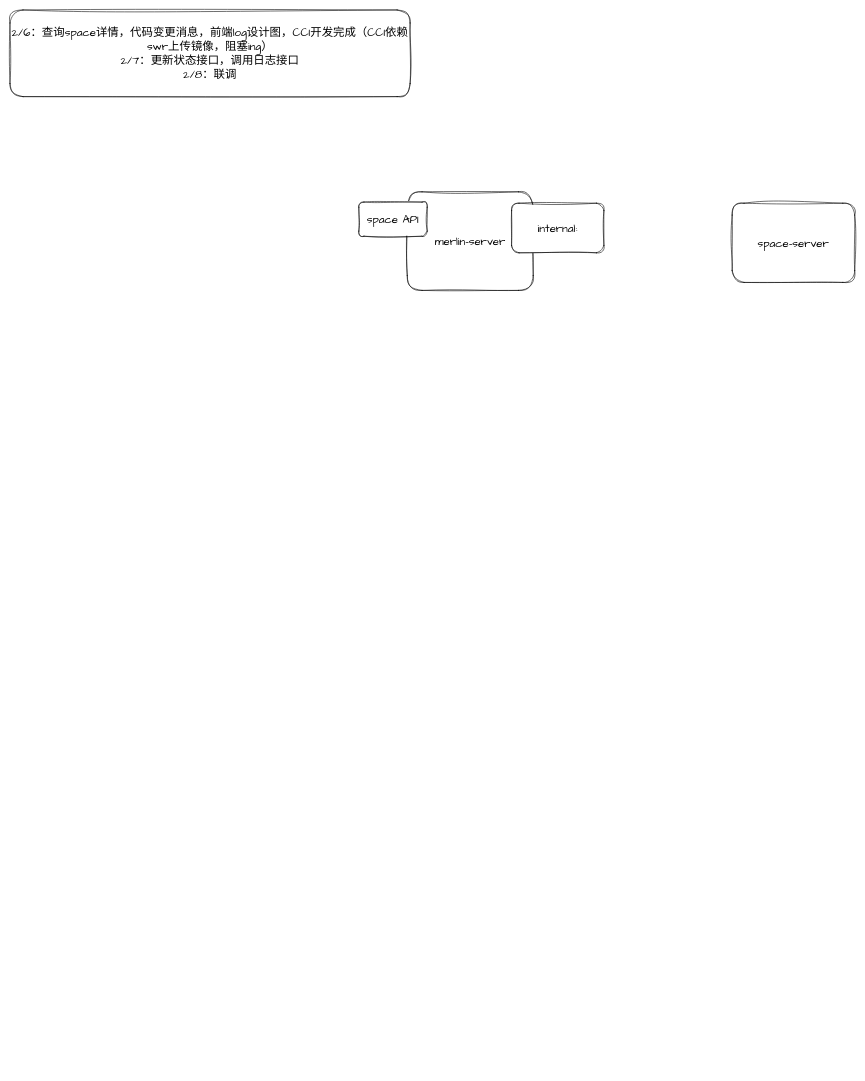
pkking/mydrawio keeps this draw.io diagram as space.drawio. Above is the earlier version. Source tidied: cells renumbered, new cells numbered last; positions are measured from the earlier drawing's top-left corner, leaving out a move shared by most shapes. Both pictures are drawn from the tidied source at 57%, with x=0, y=0 at pixel (10, 10).
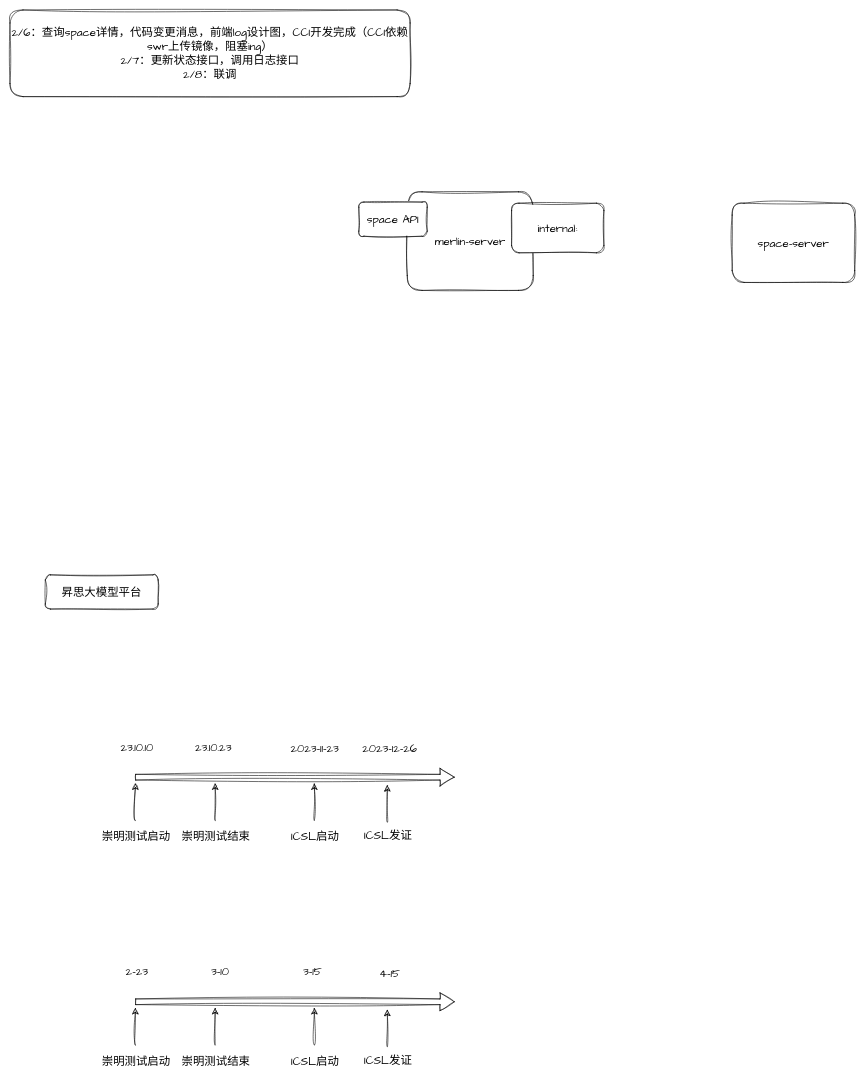
After the change.

Change to the diagram source:
```diff
@@
+    <mxCell id="7" style="shape=flexArrow;endArrow=classic;html=1;rounded=0;sketch=1;hachureGap=4;jiggle=2;curveFitting=1;fontFamily=Architects Daughter;fontSize=16;startSize=8;endSize=8;curved=1;" parent="1" edge="1">
+      <mxGeometry relative="1" as="geometry">
+        <mxPoint x="220" y="1346" as="sourcePoint" />
+        <mxPoint x="780" y="1346" as="targetPoint" />
+      </mxGeometry>
+    </mxCell>
+    <mxCell id="8" value="昇思大模型平台" style="rounded=1;whiteSpace=wrap;html=1;sketch=1;hachureGap=4;jiggle=2;curveFitting=1;fontFamily=Architects Daughter;fontSize=20;" parent="1" vertex="1">
+      <mxGeometry x="62" y="991" width="198" height="60" as="geometry" />
+    </mxCell>
+    <mxCell id="9" value="23.10.10" style="text;html=1;strokeColor=none;fillColor=none;align=center;verticalAlign=middle;whiteSpace=wrap;rounded=0;fontSize=20;fontFamily=Architects Daughter;" parent="1" vertex="1">
+      <mxGeometry x="193" y="1278" width="60" height="30" as="geometry" />
+    </mxCell>
+    <mxCell id="10" style="endArrow=classic;html=1;rounded=0;sketch=1;hachureGap=4;jiggle=2;curveFitting=1;fontFamily=Architects Daughter;fontSize=16;startSize=8;endSize=8;curved=1;" parent="1" edge="1">
+      <mxGeometry relative="1" as="geometry">
+        <mxPoint x="220" y="1422" as="sourcePoint" />
+        <mxPoint x="220" y="1357" as="targetPoint" />
+      </mxGeometry>
+    </mxCell>
+    <mxCell id="11" value="崇明测试启动" style="text;html=1;align=center;verticalAlign=middle;strokeColor=none;fillColor=none;fontSize=20;fontFamily=Architects Daughter;" parent="1" vertex="1">
+      <mxGeometry x="152" y="1432" width="138" height="36" as="geometry" />
+    </mxCell>
+    <mxCell id="12" value="23.10.23" style="text;html=1;strokeColor=none;fillColor=none;align=center;verticalAlign=middle;whiteSpace=wrap;rounded=0;fontSize=20;fontFamily=Architects Daughter;" parent="1" vertex="1">
+      <mxGeometry x="327" y="1278" width="60" height="30" as="geometry" />
+    </mxCell>
+    <mxCell id="13" style="endArrow=classic;html=1;rounded=0;sketch=1;hachureGap=4;jiggle=2;curveFitting=1;fontFamily=Architects Daughter;fontSize=16;startSize=8;endSize=8;curved=1;" parent="1" edge="1">
+      <mxGeometry relative="1" as="geometry">
+        <mxPoint x="360" y="1422" as="sourcePoint" />
+        <mxPoint x="360" y="1357" as="targetPoint" />
+      </mxGeometry>
+    </mxCell>
+    <mxCell id="14" value="崇明测试结束" style="text;html=1;align=center;verticalAlign=middle;strokeColor=none;fillColor=none;fontSize=20;fontFamily=Architects Daughter;" parent="1" vertex="1">
+      <mxGeometry x="292" y="1432" width="138" height="36" as="geometry" />
+    </mxCell>
+    <mxCell id="15" value="2023-11-23" style="text;html=1;strokeColor=none;fillColor=none;align=center;verticalAlign=middle;whiteSpace=wrap;rounded=0;fontSize=20;fontFamily=Architects Daughter;" parent="1" vertex="1">
+      <mxGeometry x="488" y="1281" width="94" height="30" as="geometry" />
+    </mxCell>
+    <mxCell id="16" style="endArrow=classic;html=1;rounded=0;sketch=1;hachureGap=4;jiggle=2;curveFitting=1;fontFamily=Architects Daughter;fontSize=16;startSize=8;endSize=8;curved=1;" parent="1" edge="1">
+      <mxGeometry relative="1" as="geometry">
+        <mxPoint x="534" y="1422" as="sourcePoint" />
+        <mxPoint x="534" y="1357" as="targetPoint" />
+      </mxGeometry>
+    </mxCell>
+    <mxCell id="17" value="ICSL启动" style="text;html=1;align=center;verticalAlign=middle;strokeColor=none;fillColor=none;fontSize=20;fontFamily=Architects Daughter;" parent="1" vertex="1">
+      <mxGeometry x="484" y="1432" width="102" height="36" as="geometry" />
+    </mxCell>
+    <mxCell id="18" value="2023-12-26" style="text;html=1;strokeColor=none;fillColor=none;align=center;verticalAlign=middle;whiteSpace=wrap;rounded=0;fontSize=20;fontFamily=Architects Daughter;" parent="1" vertex="1">
+      <mxGeometry x="612" y="1281" width="109" height="30" as="geometry" />
+    </mxCell>
+    <mxCell id="19" style="endArrow=classic;html=1;rounded=0;sketch=1;hachureGap=4;jiggle=2;curveFitting=1;fontFamily=Architects Daughter;fontSize=16;startSize=8;endSize=8;curved=1;" parent="1" edge="1">
+      <mxGeometry relative="1" as="geometry">
+        <mxPoint x="662" y="1425" as="sourcePoint" />
+        <mxPoint x="662" y="1360" as="targetPoint" />
+      </mxGeometry>
+    </mxCell>
+    <mxCell id="20" value="ICSL发证" style="text;html=1;align=center;verticalAlign=middle;strokeColor=none;fillColor=none;fontSize=20;fontFamily=Architects Daughter;" parent="1" vertex="1">
+      <mxGeometry x="612" y="1430" width="102" height="36" as="geometry" />
+    </mxCell>
+    <mxCell id="21" style="shape=flexArrow;endArrow=classic;html=1;rounded=0;sketch=1;hachureGap=4;jiggle=2;curveFitting=1;fontFamily=Architects Daughter;fontSize=16;startSize=8;endSize=8;curved=1;" parent="1" edge="1">
+      <mxGeometry relative="1" as="geometry">
+        <mxPoint x="220" y="1740" as="sourcePoint" />
+        <mxPoint x="780" y="1740" as="targetPoint" />
+      </mxGeometry>
+    </mxCell>
+    <mxCell id="22" value="2-23" style="text;html=1;strokeColor=none;fillColor=none;align=center;verticalAlign=middle;whiteSpace=wrap;rounded=0;fontSize=20;fontFamily=Architects Daughter;" parent="1" vertex="1">
+      <mxGeometry x="193" y="1672" width="60" height="30" as="geometry" />
+    </mxCell>
+    <mxCell id="23" style="endArrow=classic;html=1;rounded=0;sketch=1;hachureGap=4;jiggle=2;curveFitting=1;fontFamily=Architects Daughter;fontSize=16;startSize=8;endSize=8;curved=1;" parent="1" edge="1">
+      <mxGeometry relative="1" as="geometry">
+        <mxPoint x="220" y="1816" as="sourcePoint" />
+        <mxPoint x="220" y="1751" as="targetPoint" />
+      </mxGeometry>
+    </mxCell>
+    <mxCell id="24" value="崇明测试启动" style="text;html=1;align=center;verticalAlign=middle;strokeColor=none;fillColor=none;fontSize=20;fontFamily=Architects Daughter;" parent="1" vertex="1">
+      <mxGeometry x="152" y="1826" width="138" height="36" as="geometry" />
+    </mxCell>
+    <mxCell id="25" value="3-10" style="text;html=1;strokeColor=none;fillColor=none;align=center;verticalAlign=middle;whiteSpace=wrap;rounded=0;fontSize=20;fontFamily=Architects Daughter;" parent="1" vertex="1">
+      <mxGeometry x="287" y="1672" width="164" height="30" as="geometry" />
+    </mxCell>
+    <mxCell id="26" style="endArrow=classic;html=1;rounded=0;sketch=1;hachureGap=4;jiggle=2;curveFitting=1;fontFamily=Architects Daughter;fontSize=16;startSize=8;endSize=8;curved=1;" parent="1" edge="1">
+      <mxGeometry relative="1" as="geometry">
+        <mxPoint x="360" y="1816" as="sourcePoint" />
+        <mxPoint x="360" y="1751" as="targetPoint" />
+      </mxGeometry>
+    </mxCell>
+    <mxCell id="27" value="崇明测试结束" style="text;html=1;align=center;verticalAlign=middle;strokeColor=none;fillColor=none;fontSize=20;fontFamily=Architects Daughter;" parent="1" vertex="1">
+      <mxGeometry x="292" y="1826" width="138" height="36" as="geometry" />
+    </mxCell>
+    <mxCell id="28" value="3-15" style="text;html=1;strokeColor=none;fillColor=none;align=center;verticalAlign=middle;whiteSpace=wrap;rounded=0;fontSize=20;fontFamily=Architects Daughter;" parent="1" vertex="1">
+      <mxGeometry x="484" y="1672" width="94" height="30" as="geometry" />
+    </mxCell>
+    <mxCell id="29" style="endArrow=classic;html=1;rounded=0;sketch=1;hachureGap=4;jiggle=2;curveFitting=1;fontFamily=Architects Daughter;fontSize=16;startSize=8;endSize=8;curved=1;" parent="1" edge="1">
+      <mxGeometry relative="1" as="geometry">
+        <mxPoint x="534" y="1816" as="sourcePoint" />
+        <mxPoint x="534" y="1751" as="targetPoint" />
+      </mxGeometry>
+    </mxCell>
+    <mxCell id="30" value="ICSL启动" style="text;html=1;align=center;verticalAlign=middle;strokeColor=none;fillColor=none;fontSize=20;fontFamily=Architects Daughter;" parent="1" vertex="1">
+      <mxGeometry x="484" y="1826" width="102" height="36" as="geometry" />
+    </mxCell>
+    <mxCell id="31" value="4-15" style="text;html=1;strokeColor=none;fillColor=none;align=center;verticalAlign=middle;whiteSpace=wrap;rounded=0;fontSize=20;fontFamily=Architects Daughter;" parent="1" vertex="1">
+      <mxGeometry x="612" y="1675" width="109" height="30" as="geometry" />
+    </mxCell>
+    <mxCell id="32" style="endArrow=classic;html=1;rounded=0;sketch=1;hachureGap=4;jiggle=2;curveFitting=1;fontFamily=Architects Daughter;fontSize=16;startSize=8;endSize=8;curved=1;" parent="1" edge="1">
+      <mxGeometry relative="1" as="geometry">
+        <mxPoint x="662" y="1819" as="sourcePoint" />
+        <mxPoint x="662" y="1754" as="targetPoint" />
+      </mxGeometry>
+    </mxCell>
+    <mxCell id="33" value="ICSL发证" style="text;html=1;align=center;verticalAlign=middle;strokeColor=none;fillColor=none;fontSize=20;fontFamily=Architects Daughter;" parent="1" vertex="1">
+      <mxGeometry x="612" y="1824" width="102" height="36" as="geometry" />
+    </mxCell>
```
